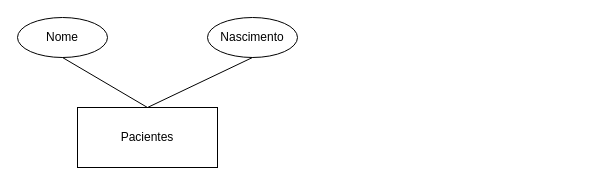
HenriqueAlth09/SENAI-DES keeps this draw.io diagram as Diagrama sem nome.drawio. Above is the earlier version. Source tidied: cells renumbered, new cells numbered last; positions are measured from the earlier drawing's top-left corner, leaving out a move shared by most shapes. Both pictures are drawn from the tidied source at 100%, with x=0, y=0 at pixel (17, 17).
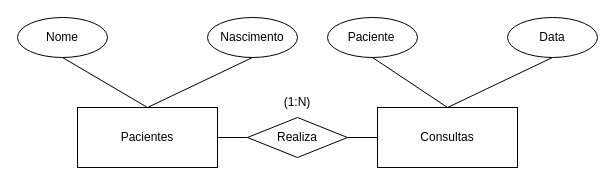
Above is the later version.

Commit message:
Actualizar Diagrama sem Diagrama1.drawio

The change refers to these unchanged cells:
```xml
<mxCell id="3" value="Pacientes" style="text;html=1;align=center;verticalAlign=middle;whiteSpace=wrap;rounded=0;" parent="1" vertex="1">
  <mxGeometry x="60" y="90" width="140" height="60" as="geometry" />
</mxCell>
```

What changed in the source:
```diff
@@
+    <mxCell id="10" style="rounded=0;whiteSpace=wrap;html=1;" parent="1" vertex="1">
+      <mxGeometry x="360" y="90" width="140" height="60" as="geometry" />
+    </mxCell>
+    <mxCell id="11" style="endArrow=none;html=1;rounded=0;entryX=0;entryY=0.5;entryDx=0;entryDy=0;" parent="1" edge="1" target="10">
+      <mxGeometry relative="1" as="geometry">
+        <mxPoint x="330" y="120" as="sourcePoint" />
+      </mxGeometry>
+    </mxCell>
+    <mxCell id="12" style="endArrow=none;html=1;rounded=0;entryX=0.5;entryY=1;entryDx=0;entryDy=0;" parent="1" edge="1" target="15">
+      <mxGeometry relative="1" as="geometry">
+        <mxPoint x="430" y="90" as="sourcePoint" />
+      </mxGeometry>
+    </mxCell>
+    <mxCell id="13" style="endArrow=none;html=1;rounded=0;entryX=0.5;entryY=1;entryDx=0;entryDy=0;" parent="1" edge="1" target="16">
+      <mxGeometry relative="1" as="geometry">
+        <mxPoint x="430" y="90" as="sourcePoint" />
+      </mxGeometry>
+    </mxCell>
+    <mxCell id="14" value="Consultas" style="text;html=1;align=center;verticalAlign=middle;whiteSpace=wrap;rounded=0;" parent="1" vertex="1">
+      <mxGeometry x="400" y="105" width="60" height="30" as="geometry" />
+    </mxCell>
+    <mxCell id="15" style="ellipse;whiteSpace=wrap;html=1;" parent="1" vertex="1">
+      <mxGeometry x="490" width="90" height="40" as="geometry" />
+    </mxCell>
+    <mxCell id="16" style="ellipse;whiteSpace=wrap;html=1;" parent="1" vertex="1">
+      <mxGeometry x="310" width="90" height="40" as="geometry" />
+    </mxCell>
+    <mxCell id="17" value="(1:N)" style="text;html=1;align=center;verticalAlign=middle;whiteSpace=wrap;rounded=0;" parent="1" vertex="1">
+      <mxGeometry x="250" y="70" width="60" height="30" as="geometry" />
+    </mxCell>
+    <mxCell id="18" style="endArrow=none;html=1;rounded=0;entryX=0;entryY=0.5;entryDx=0;entryDy=0;exitX=1;exitY=0.5;exitDx=0;exitDy=0;" parent="1" edge="1" source="3" target="19">
+      <mxGeometry relative="1" as="geometry" />
+    </mxCell>
+    <mxCell id="19" style="rhombus;whiteSpace=wrap;html=1;" parent="1" vertex="1">
+      <mxGeometry x="230" y="100" width="100" height="40" as="geometry" />
+    </mxCell>
+    <mxCell id="20" value="Paciente" style="text;html=1;align=center;verticalAlign=middle;whiteSpace=wrap;rounded=0;" parent="1" vertex="1">
+      <mxGeometry x="324" y="5" width="60" height="30" as="geometry" />
+    </mxCell>
+    <mxCell id="21" value="Data" style="text;html=1;align=center;verticalAlign=middle;whiteSpace=wrap;rounded=0;" parent="1" vertex="1">
+      <mxGeometry x="505" y="5" width="60" height="30" as="geometry" />
+    </mxCell>
+    <mxCell id="22" value="Realiza" style="text;html=1;align=center;verticalAlign=middle;whiteSpace=wrap;rounded=0;" parent="1" vertex="1">
+      <mxGeometry x="250" y="105" width="60" height="30" as="geometry" />
+    </mxCell>
```
